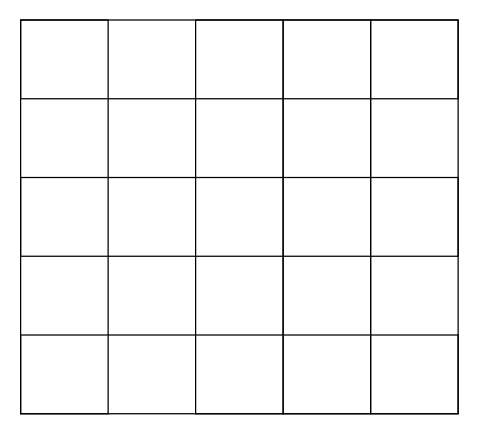
Before: link.drawio in imzoer/imzoer.github.io, a draw.io diagram. Source tidied: cells renumbered, new cells numbered last; positions are measured from the earlier drawing's top-left corner, leaving out a move shared by most shapes. Both pictures are drawn from the tidied source at 125%, with x=0, y=0 at pixel (20, 19).
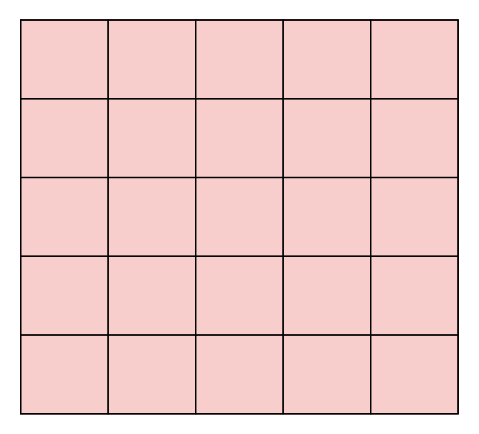
After the change.

Diff of the diagram source:
```diff
@@
 <mxGraphModel>
   <root>
     <mxCell id="0" />
     <mxCell id="1" parent="0" />
-    <mxCell id="2" style="group;" parent="1" vertex="1">
+    <mxCell id="2" style="group;fillColor=#f8cecc;strokeColor=#b85450;" parent="1" vertex="1">
       <mxGeometry y="0.5" width="350" height="315" as="geometry" />
     </mxCell>
+    <mxCell id="10" style="rounded=0;whiteSpace=wrap;html=1;fillColor=none;" parent="2" vertex="1">
+      <mxGeometry y="63" width="350" height="63" as="geometry" />
+    </mxCell>
     <mxCell id="3" style="rounded=0;whiteSpace=wrap;html=1;fillColor=none;" parent="2" vertex="1">
       <mxGeometry x="140" width="70" height="315" as="geometry" />
     </mxCell>
     <mxCell id="4" style="rounded=0;whiteSpace=wrap;html=1;fillColor=none;" parent="2" vertex="1">
       <mxGeometry width="350" height="63" as="geometry" />
     </mxCell>
     <mxCell id="5" style="rounded=0;whiteSpace=wrap;html=1;fillColor=none;" parent="2" vertex="1">
       <mxGeometry y="126" width="350" height="63" as="geometry" />
     </mxCell>
     <mxCell id="6" style="rounded=0;whiteSpace=wrap;html=1;fillColor=none;" parent="2" vertex="1">
       <mxGeometry y="252" width="350" height="63" as="geometry" />
     </mxCell>
+    <mxCell id="11" style="rounded=0;whiteSpace=wrap;html=1;fillColor=none;" parent="2" vertex="1">
+      <mxGeometry y="189" width="350" height="63" as="geometry" />
+    </mxCell>
     <mxCell id="7" style="rounded=0;whiteSpace=wrap;html=1;fillColor=none;" parent="2" vertex="1">
       <mxGeometry width="70" height="315" as="geometry" />
     </mxCell>
     <mxCell id="8" style="rounded=0;whiteSpace=wrap;html=1;fillColor=none;" parent="2" vertex="1">
       <mxGeometry x="210" width="70" height="315" as="geometry" />
     </mxCell>
     <mxCell id="9" style="rounded=0;whiteSpace=wrap;html=1;fillColor=none;" parent="2" vertex="1">
       <mxGeometry x="280" width="70" height="315" as="geometry" />
     </mxCell>
+    <mxCell id="12" style="rounded=0;whiteSpace=wrap;html=1;fillColor=none;" parent="2" vertex="1">
+      <mxGeometry x="70" width="70" height="315" as="geometry" />
+    </mxCell>
   </root>
 </mxGraphModel>
```
